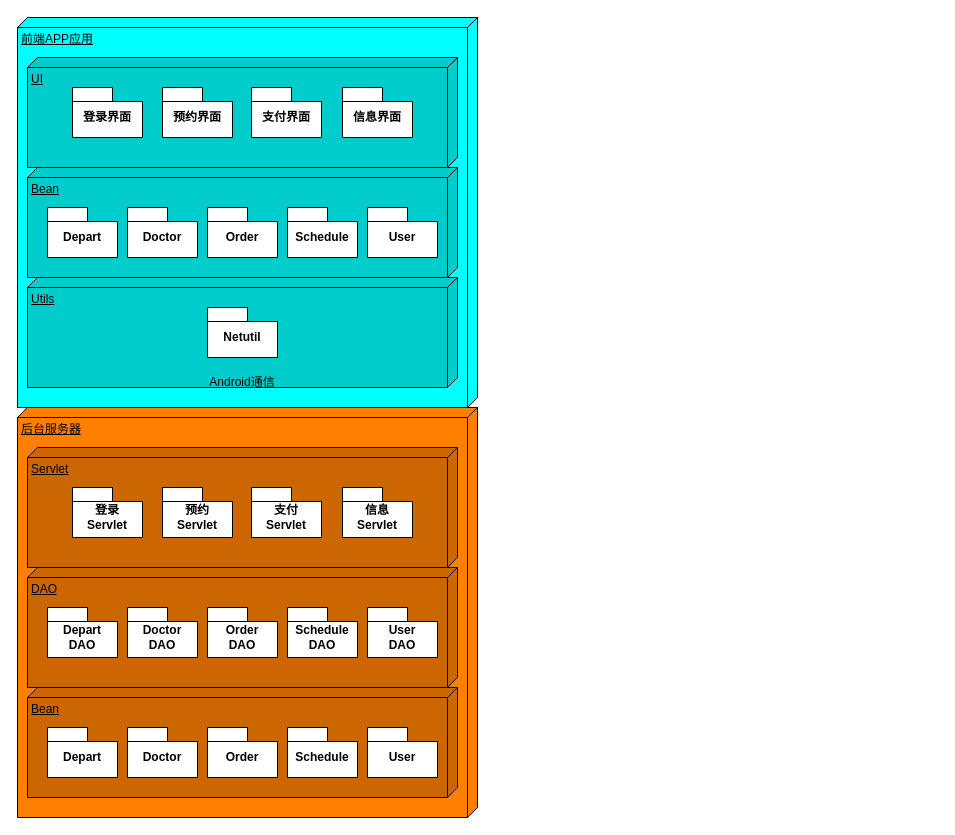
JIANG-Wu-19/HospitalRegisterApp keeps this draw.io diagram as report/imgs/设计思想.drawio. Above is the earlier version. Source tidied: cells renumbered, new cells numbered last; positions are measured from the earlier drawing's top-left corner, leaving out a move shared by most shapes. Both pictures are drawn from the tidied source at 100%, with x=0, y=0 at pixel (17, 17).
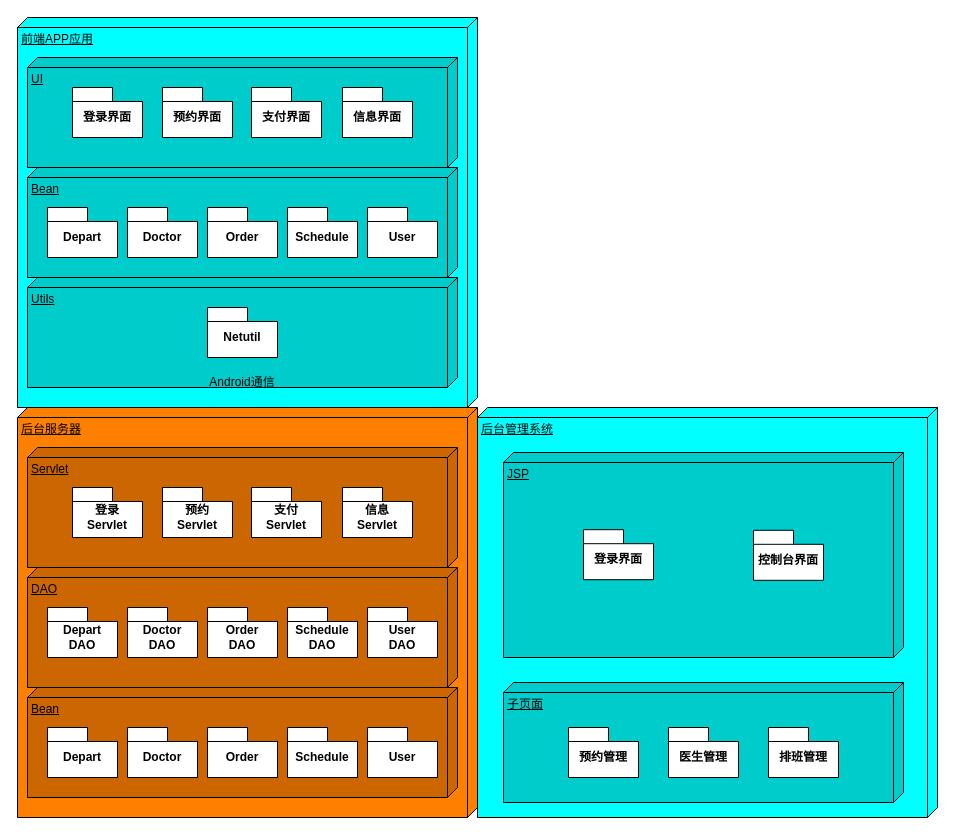
After the change.

Diff of the diagram source:
```diff
@@
+    <mxCell id="35" value="后台管理系统" style="verticalAlign=top;align=left;spacingTop=8;spacingLeft=2;spacingRight=12;shape=cube;size=10;direction=south;fontStyle=4;html=1;whiteSpace=wrap;fillColor=#00FFFF;" parent="1" vertex="1">
+      <mxGeometry x="460" y="390" width="460" height="410" as="geometry" />
+    </mxCell>
+    <mxCell id="36" value="JSP" style="verticalAlign=top;align=left;spacingTop=8;spacingLeft=2;spacingRight=12;shape=cube;size=10;direction=south;fontStyle=4;html=1;whiteSpace=wrap;fillColor=#00CCCC;" parent="1" vertex="1">
+      <mxGeometry x="486" y="435" width="400" height="205" as="geometry" />
+    </mxCell>
+    <mxCell id="37" value="登录界面" style="shape=folder;fontStyle=1;spacingTop=10;tabWidth=40;tabHeight=14;tabPosition=left;html=1;whiteSpace=wrap;" parent="1" vertex="1">
+      <mxGeometry x="566" y="512.2" width="70" height="50" as="geometry" />
+    </mxCell>
+    <mxCell id="38" value="控制台界面" style="shape=folder;fontStyle=1;spacingTop=10;tabWidth=40;tabHeight=14;tabPosition=left;html=1;whiteSpace=wrap;" parent="1" vertex="1">
+      <mxGeometry x="736" y="512.8" width="70" height="50" as="geometry" />
+    </mxCell>
+    <mxCell id="39" value="子页面" style="verticalAlign=top;align=left;spacingTop=8;spacingLeft=2;spacingRight=12;shape=cube;size=10;direction=south;fontStyle=4;html=1;whiteSpace=wrap;fillColor=#00CCCC;" parent="1" vertex="1">
+      <mxGeometry x="486" y="665" width="400" height="120" as="geometry" />
+    </mxCell>
+    <mxCell id="40" value="预约管理" style="shape=folder;fontStyle=1;spacingTop=10;tabWidth=40;tabHeight=14;tabPosition=left;html=1;whiteSpace=wrap;" parent="1" vertex="1">
+      <mxGeometry x="551" y="710" width="70" height="50" as="geometry" />
+    </mxCell>
+    <mxCell id="41" value="医生管理" style="shape=folder;fontStyle=1;spacingTop=10;tabWidth=40;tabHeight=14;tabPosition=left;html=1;whiteSpace=wrap;" parent="1" vertex="1">
+      <mxGeometry x="651" y="710" width="70" height="50" as="geometry" />
+    </mxCell>
+    <mxCell id="42" value="排班管理" style="shape=folder;fontStyle=1;spacingTop=10;tabWidth=40;tabHeight=14;tabPosition=left;html=1;whiteSpace=wrap;" parent="1" vertex="1">
+      <mxGeometry x="751" y="710" width="70" height="50" as="geometry" />
+    </mxCell>
```
